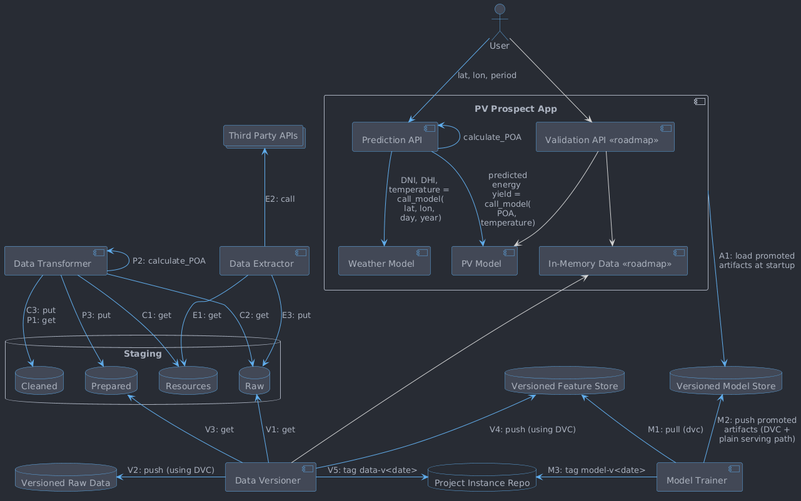
The PlantUML diagram doc/architecture.png in rjferrier/pv-prospect, before a commit.
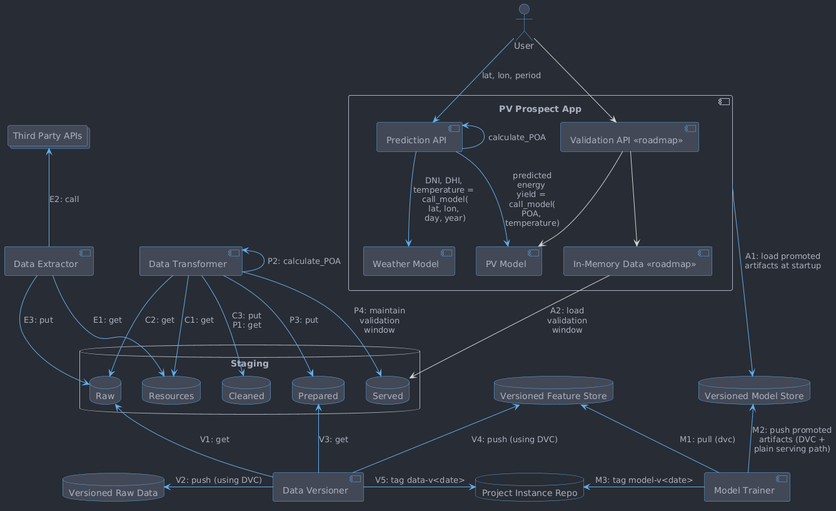
Above is the later version.

Change to the diagram source:
```diff
@@ -10,6 +10,7 @@
   database "Raw" as StagingRaw
   database "Cleaned" as StagingCleaned
   database "Prepared" as StagingPrepared
+  database "Served" as StagingServed
 }
 
 database "Versioned Raw Data" as VersionedRaw
@@ -41,10 +42,10 @@
 PredictionApi <- PredictionApi : calculate_POA
 PredictionApi --> PvModel : predicted\nenergy \nyield = \ncall_model(\nPOA, \ntemperature)
 
-User --> ValidationApi #lightgray
-ValidationApi --> PvModel #lightgray
-ValidationApi --> InMemoryData #lightgray
-InMemoryData <--- DataVersioner #lightgray
+User -[#lightgray]-> ValidationApi
+ValidationApi -[#lightgray]-> PvModel
+ValidationApi -[#lightgray]-> InMemoryData
+InMemoryData -[#lightgray]-> StagingServed : A2: load\nvalidation\nwindow
 
 ThirdPartyAPIs <-- DataExtractor : E2: call
 
@@ -56,7 +57,11 @@
 DataTransformer --> StagingCleaned : C3: put\nP1: get
 DataTransformer <- DataTransformer : P2: calculate_POA
 DataTransformer --> StagingPrepared : P3: put
+DataTransformer --> StagingServed : P4: maintain\nvalidation\nwindow
+StagingResources -[hidden]> StagingRaw
+StagingRaw -[hidden]> StagingCleaned
 StagingCleaned -[hidden]> StagingPrepared
+StagingPrepared -[hidden]> StagingServed
 
 component "Data Transformer" as DataTransformer
 
```
